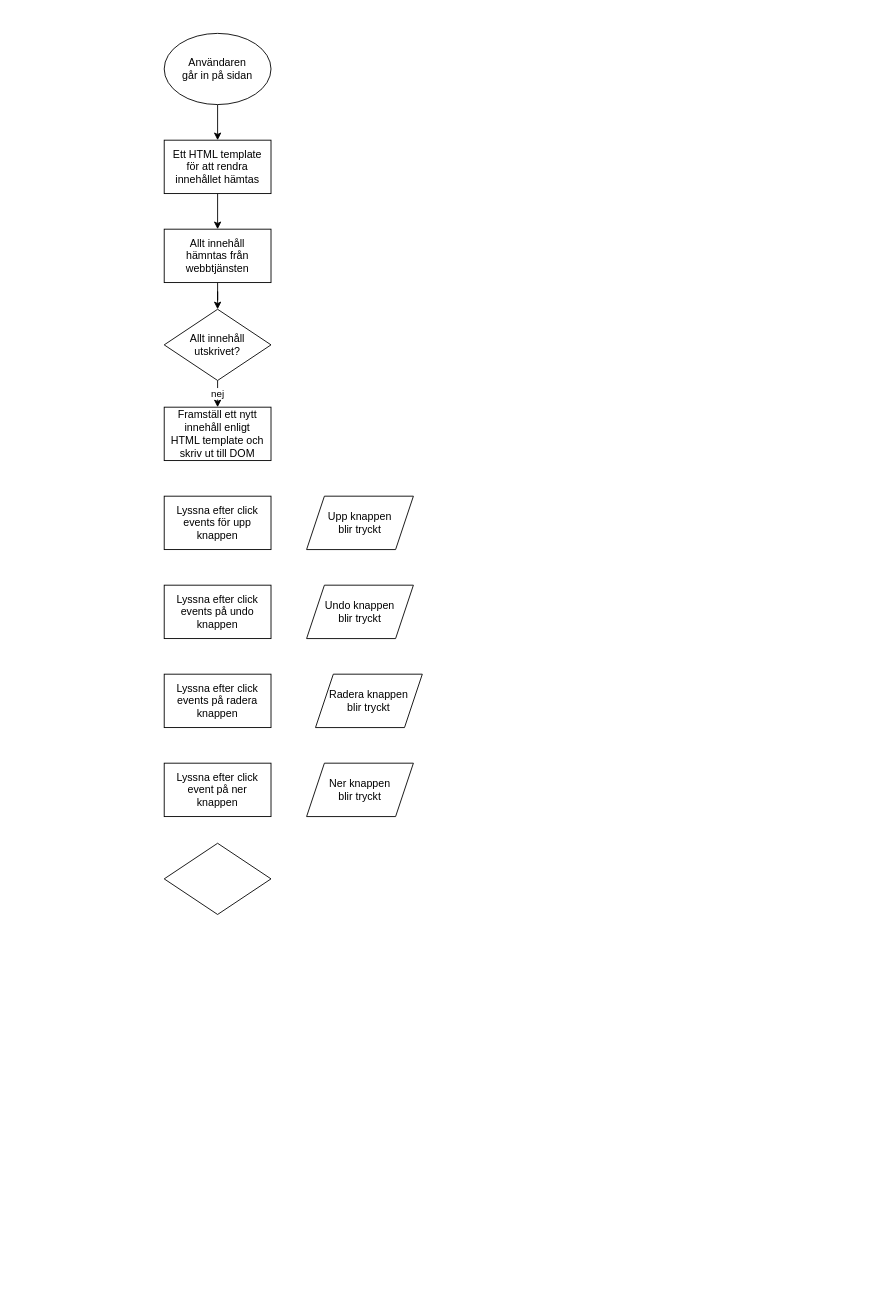
Above: webbutveckling/Webbutveckling3/Moment6/flowchart.drawio in EliasEriksson/miun (draw.io), before the change. Source tidied: cells renumbered, new cells numbered last; positions are measured from the earlier drawing's top-left corner, leaving out a move shared by most shapes. Both pictures are drawn from the tidied source at 89%, with x=0, y=0 at pixel (164, 33).
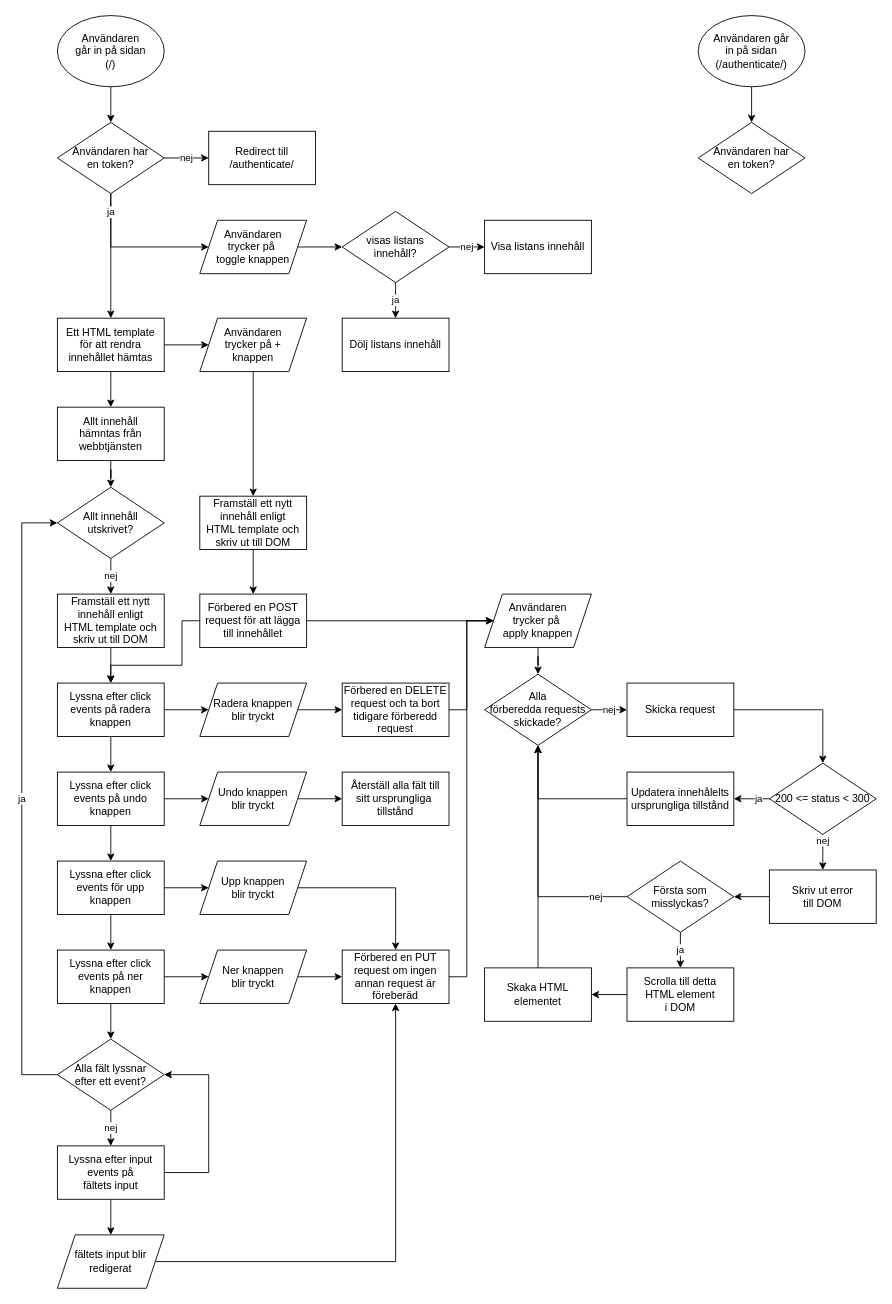
The same page after the edit.

What changed in the source:
```diff
@@
-    <mxCell id="2" style="edgeStyle=orthogonalEdgeStyle;rounded=0;jettySize=auto;html=1;" parent="1" edge="1" source="3" target="7">
+    <mxCell id="2" style="edgeStyle=orthogonalEdgeStyle;rounded=0;jettySize=auto;html=1;" parent="1" edge="1" source="83" target="7">
       <mxGeometry relative="1" as="geometry" />
     </mxCell>
+    <mxCell id="20" value="ja" style="edgeStyle=orthogonalEdgeStyle;rounded=0;jettySize=auto;html=1;" parent="1" edge="1" source="83" target="74">
+      <mxGeometry x="-0.75" relative="1" as="geometry">
+        <Array as="points">
+          <mxPoint x="-60" y="240" />
+        </Array>
+      </mxGeometry>
+    </mxCell>
+    <mxCell id="21" style="edgeStyle=orthogonalEdgeStyle;rounded=0;jettySize=auto;html=1;" parent="1" edge="1" source="3" target="83">
+      <mxGeometry relative="1" as="geometry" />
+    </mxCell>
-    <mxCell id="3" value="Användaren&lt;br&gt;går in på sidan" style="ellipse;whiteSpace=wrap;html=1;" parent="1" vertex="1">
-      <mxGeometry width="120" height="80" as="geometry" />
+    <mxCell id="3" value="Användaren&lt;br&gt;går in på sidan&lt;br&gt;(/)" style="ellipse;whiteSpace=wrap;html=1;" parent="1" vertex="1">
+      <mxGeometry x="-120" y="-20" width="120" height="80" as="geometry" />
     </mxCell>
@@
     <mxCell id="5" value="Allt innehåll &lt;br&gt;hämntas från&lt;br&gt;webbtjänsten" style="rounded=0;whiteSpace=wrap;html=1;" parent="1" vertex="1">
-      <mxGeometry y="220" width="120" height="60" as="geometry" />
+      <mxGeometry x="-120" y="420" width="120" height="60" as="geometry" />
     </mxCell>
@@
+    <mxCell id="22" style="edgeStyle=orthogonalEdgeStyle;rounded=0;jettySize=auto;html=1;" parent="1" edge="1" source="7" target="51">
+      <mxGeometry relative="1" as="geometry" />
+    </mxCell>
     <mxCell id="7" value="Ett HTML template &lt;br&gt;för att rendra innehållet hämtas" style="rounded=0;whiteSpace=wrap;html=1;" parent="1" vertex="1">
-      <mxGeometry y="120" width="120" height="60" as="geometry" />
+      <mxGeometry x="-120" y="320" width="120" height="60" as="geometry" />
     </mxCell>
+    <mxCell id="23" style="edgeStyle=orthogonalEdgeStyle;rounded=0;jettySize=auto;html=1;" parent="1" edge="1" source="8" target="44">
+      <mxGeometry relative="1" as="geometry" />
+    </mxCell>
     <mxCell id="8" value="Upp knappen &lt;br&gt;blir tryckt" style="shape=parallelogram;perimeter=parallelogramPerimeter;whiteSpace=wrap;html=1;fixedSize=1;" parent="1" vertex="1">
-      <mxGeometry x="160" y="520" width="120" height="60" as="geometry" />
+      <mxGeometry x="40" y="930" width="120" height="60" as="geometry" />
     </mxCell>
+    <mxCell id="24" style="edgeStyle=orthogonalEdgeStyle;rounded=0;jettySize=auto;html=1;" parent="1" edge="1" source="9" target="45">
+      <mxGeometry relative="1" as="geometry" />
+    </mxCell>
     <mxCell id="9" value="Undo knappen &lt;br&gt;blir tryckt" style="shape=parallelogram;perimeter=parallelogramPerimeter;whiteSpace=wrap;html=1;fixedSize=1;" parent="1" vertex="1">
-      <mxGeometry x="160" y="620" width="120" height="60" as="geometry" />
+      <mxGeometry x="40" y="830" width="120" height="60" as="geometry" />
     </mxCell>
+    <mxCell id="25" style="edgeStyle=orthogonalEdgeStyle;rounded=0;jettySize=auto;html=1;" parent="1" edge="1" source="10" target="47">
+      <mxGeometry relative="1" as="geometry" />
+    </mxCell>
     <mxCell id="10" value="Radera knappen&lt;br&gt;blir tryckt" style="shape=parallelogram;perimeter=parallelogramPerimeter;whiteSpace=wrap;html=1;fixedSize=1;" parent="1" vertex="1">
-      <mxGeometry x="170" y="720" width="120" height="60" as="geometry" />
+      <mxGeometry x="40" y="730" width="120" height="60" as="geometry" />
     </mxCell>
+    <mxCell id="26" style="edgeStyle=orthogonalEdgeStyle;rounded=0;jettySize=auto;html=1;" parent="1" edge="1" source="11" target="44">
+      <mxGeometry relative="1" as="geometry" />
+    </mxCell>
     <mxCell id="11" value="Ner knappen &lt;br&gt;blir tryckt" style="shape=parallelogram;perimeter=parallelogramPerimeter;whiteSpace=wrap;html=1;fixedSize=1;" parent="1" vertex="1">
-      <mxGeometry x="160" y="820" width="120" height="60" as="geometry" />
+      <mxGeometry x="40" y="1030" width="120" height="60" as="geometry" />
     </mxCell>
@@
     <mxCell id="13" value="Allt innehåll &lt;br&gt;utskrivet?" style="rhombus;whiteSpace=wrap;html=1;" parent="1" vertex="1">
-      <mxGeometry y="310" width="120" height="80" as="geometry" />
+      <mxGeometry x="-120" y="510" width="120" height="80" as="geometry" />
     </mxCell>
+    <mxCell id="27" style="edgeStyle=orthogonalEdgeStyle;rounded=0;jettySize=auto;html=1;" parent="1" edge="1" source="14" target="17">
+      <mxGeometry relative="1" as="geometry" />
+    </mxCell>
     <mxCell id="14" value="Framställ ett nytt innehåll enligt&lt;br&gt;HTML template och skriv ut till DOM" style="rounded=0;whiteSpace=wrap;html=1;" parent="1" vertex="1">
-      <mxGeometry y="420" width="120" height="60" as="geometry" />
+      <mxGeometry x="-120" y="630" width="120" height="60" as="geometry" />
     </mxCell>
+    <mxCell id="28" style="edgeStyle=orthogonalEdgeStyle;rounded=0;jettySize=auto;html=1;" parent="1" edge="1" source="17" target="16">
+      <mxGeometry relative="1" as="geometry" />
+    </mxCell>
+    <mxCell id="29" style="edgeStyle=orthogonalEdgeStyle;rounded=0;jettySize=auto;html=1;" parent="1" edge="1" source="15" target="8">
+      <mxGeometry relative="1" as="geometry" />
+    </mxCell>
+    <mxCell id="30" style="edgeStyle=orthogonalEdgeStyle;rounded=0;jettySize=auto;html=1;" parent="1" edge="1" source="16" target="15">
+      <mxGeometry relative="1" as="geometry" />
+    </mxCell>
+    <mxCell id="31" style="edgeStyle=orthogonalEdgeStyle;rounded=0;jettySize=auto;html=1;" parent="1" edge="1" source="16" target="9">
+      <mxGeometry relative="1" as="geometry" />
+    </mxCell>
+    <mxCell id="16" value="Lyssna efter click events på undo knappen" style="rounded=0;whiteSpace=wrap;html=1;" parent="1" vertex="1">
+      <mxGeometry x="-120" y="830" width="120" height="60" as="geometry" />
+    </mxCell>
+    <mxCell id="32" style="edgeStyle=orthogonalEdgeStyle;rounded=0;jettySize=auto;html=1;" parent="1" edge="1" source="15" target="18">
+      <mxGeometry relative="1" as="geometry" />
+    </mxCell>
+    <mxCell id="33" style="edgeStyle=orthogonalEdgeStyle;rounded=0;jettySize=auto;html=1;" parent="1" edge="1" source="17" target="10">
+      <mxGeometry relative="1" as="geometry" />
+    </mxCell>
+    <mxCell id="34" style="edgeStyle=orthogonalEdgeStyle;rounded=0;jettySize=auto;html=1;" parent="1" edge="1" source="18" target="19">
+      <mxGeometry relative="1" as="geometry" />
+    </mxCell>
+    <mxCell id="35" style="edgeStyle=orthogonalEdgeStyle;rounded=0;jettySize=auto;html=1;" parent="1" edge="1" source="18" target="11">
+      <mxGeometry relative="1" as="geometry" />
+    </mxCell>
+    <mxCell id="18" value="Lyssna efter click events på ner &lt;br&gt;knappen" style="rounded=0;whiteSpace=wrap;html=1;" parent="1" vertex="1">
+      <mxGeometry x="-120" y="1030" width="120" height="60" as="geometry" />
+    </mxCell>
+    <mxCell id="36" value="nej" style="edgeStyle=orthogonalEdgeStyle;rounded=0;jettySize=auto;html=1;" parent="1" edge="1" source="19" target="40">
+      <mxGeometry relative="1" as="geometry" />
+    </mxCell>
+    <mxCell id="37" value="ja" style="edgeStyle=orthogonalEdgeStyle;rounded=0;jettySize=auto;html=1;" parent="1" edge="1" source="19" target="13">
+      <mxGeometry relative="1" as="geometry">
+        <Array as="points">
+          <mxPoint x="-160" y="1170" />
+          <mxPoint x="-160" y="550" />
+        </Array>
+      </mxGeometry>
+    </mxCell>
+    <mxCell id="19" value="Alla fält lyssnar&lt;br&gt;efter ett event?" style="rhombus;whiteSpace=wrap;html=1;" parent="1" vertex="1">
+      <mxGeometry x="-120" y="1130" width="120" height="80" as="geometry" />
+    </mxCell>
+    <mxCell id="38" style="edgeStyle=orthogonalEdgeStyle;rounded=0;jettySize=auto;html=1;" parent="1" edge="1" source="40" target="19">
+      <mxGeometry relative="1" as="geometry">
+        <Array as="points">
+          <mxPoint x="50" y="1280" />
+          <mxPoint x="50" y="1170" />
+        </Array>
+      </mxGeometry>
+    </mxCell>
+    <mxCell id="39" style="edgeStyle=orthogonalEdgeStyle;rounded=0;jettySize=auto;html=1;" parent="1" edge="1" source="40" target="42">
+      <mxGeometry relative="1" as="geometry" />
+    </mxCell>
+    <mxCell id="40" value="Lyssna efter input events på&lt;br&gt;fältets input" style="rounded=0;whiteSpace=wrap;html=1;" parent="1" vertex="1">
+      <mxGeometry x="-120" y="1250" width="120" height="60" as="geometry" />
+    </mxCell>
+    <mxCell id="41" style="edgeStyle=orthogonalEdgeStyle;rounded=0;jettySize=auto;html=1;" parent="1" edge="1" source="42" target="44">
+      <mxGeometry relative="1" as="geometry" />
+    </mxCell>
+    <mxCell id="42" value="fältets input blir&lt;br&gt;redigerat" style="shape=parallelogram;perimeter=parallelogramPerimeter;whiteSpace=wrap;html=1;fixedSize=1;" parent="1" vertex="1">
+      <mxGeometry x="-120" y="1350" width="120" height="60" as="geometry" />
+    </mxCell>
+    <mxCell id="43" style="edgeStyle=orthogonalEdgeStyle;rounded=0;jettySize=auto;html=1;" parent="1" edge="1" source="44" target="56">
+      <mxGeometry relative="1" as="geometry">
+        <Array as="points">
+          <mxPoint x="340" y="1060" />
+          <mxPoint x="340" y="660" />
+        </Array>
+      </mxGeometry>
+    </mxCell>
+    <mxCell id="44" value="Förbered en PUT request om ingen annan request är föreberäd" style="rounded=0;whiteSpace=wrap;html=1;" parent="1" vertex="1">
+      <mxGeometry x="200" y="1030" width="120" height="60" as="geometry" />
+    </mxCell>
     <mxCell id="15" value="Lyssna efter click events för upp knappen" style="rounded=0;whiteSpace=wrap;html=1;" parent="1" vertex="1">
-      <mxGeometry y="520" width="120" height="60" as="geometry" />
+      <mxGeometry x="-120" y="930" width="120" height="60" as="geometry" />
     </mxCell>
-    <mxCell id="16" value="Lyssna efter click events på undo knappen" style="rounded=0;whiteSpace=wrap;html=1;" parent="1" vertex="1">
-      <mxGeometry y="620" width="120" height="60" as="geometry" />
-    </mxCell>
     <mxCell id="17" value="Lyssna efter click events på radera knappen" style="rounded=0;whiteSpace=wrap;html=1;" parent="1" vertex="1">
-      <mxGeometry y="720" width="120" height="60" as="geometry" />
+      <mxGeometry x="-120" y="730" width="120" height="60" as="geometry" />
     </mxCell>
-    <mxCell id="18" value="Lyssna efter click event på ner &lt;br&gt;knappen" style="rounded=0;whiteSpace=wrap;html=1;" parent="1" vertex="1">
-      <mxGeometry y="820" width="120" height="60" as="geometry" />
-    </mxCell>
-    <mxCell id="19" style="rhombus;whiteSpace=wrap;html=1;" parent="1" vertex="1">
-      <mxGeometry y="910" width="120" height="80" as="geometry" />
-    </mxCell>
+    <mxCell id="45" value="Återställ alla fält till&lt;br&gt;sitt ursprungliga&amp;nbsp;&lt;br&gt;tillstånd" style="rounded=0;whiteSpace=wrap;html=1;" parent="1" vertex="1">
+      <mxGeometry x="200" y="830" width="120" height="60" as="geometry" />
+    </mxCell>
+    <mxCell id="46" style="edgeStyle=orthogonalEdgeStyle;rounded=0;jettySize=auto;html=1;" parent="1" edge="1" source="47" target="56">
+      <mxGeometry relative="1" as="geometry">
+        <Array as="points">
+          <mxPoint x="340" y="760" />
+          <mxPoint x="340" y="660" />
+        </Array>
+      </mxGeometry>
+    </mxCell>
+    <mxCell id="47" value="Förbered en DELETE&lt;br&gt;request och ta bort tidigare förberedd request" style="rounded=0;whiteSpace=wrap;html=1;" parent="1" vertex="1">
+      <mxGeometry x="200" y="730" width="120" height="60" as="geometry" />
+    </mxCell>
+    <mxCell id="48" style="edgeStyle=orthogonalEdgeStyle;rounded=0;jettySize=auto;html=1;" parent="1" edge="1" source="49" target="56">
+      <mxGeometry relative="1" as="geometry" />
+    </mxCell>
+    <mxCell id="49" value="Förbered en POST&lt;br&gt;request för att lägga&lt;br&gt;till innehållet" style="rounded=0;whiteSpace=wrap;html=1;" parent="1" vertex="1">
+      <mxGeometry x="40" y="630" width="120" height="60" as="geometry" />
+    </mxCell>
+    <mxCell id="50" style="edgeStyle=orthogonalEdgeStyle;rounded=0;jettySize=auto;html=1;" parent="1" edge="1" source="51" target="54">
+      <mxGeometry relative="1" as="geometry" />
+    </mxCell>
+    <mxCell id="51" value="Användaren&lt;br&gt;trycker på +&lt;br&gt;knappen" style="shape=parallelogram;perimeter=parallelogramPerimeter;whiteSpace=wrap;html=1;fixedSize=1;" parent="1" vertex="1">
+      <mxGeometry x="40" y="320" width="120" height="60" as="geometry" />
+    </mxCell>
+    <mxCell id="52" style="edgeStyle=orthogonalEdgeStyle;rounded=0;jettySize=auto;html=1;" parent="1" edge="1" source="54" target="49">
+      <mxGeometry relative="1" as="geometry" />
+    </mxCell>
+    <mxCell id="53" style="edgeStyle=orthogonalEdgeStyle;rounded=0;jettySize=auto;html=1;" parent="1" edge="1" source="49" target="17">
+      <mxGeometry relative="1" as="geometry">
+        <Array as="points">
+          <mxPoint x="20" y="660" />
+          <mxPoint x="20" y="710" />
+          <mxPoint x="-60" y="710" />
+        </Array>
+      </mxGeometry>
+    </mxCell>
+    <mxCell id="54" value="Framställ ett nytt innehåll enligt &lt;br&gt;HTML template och skriv ut till DOM" style="rounded=0;whiteSpace=wrap;html=1;" parent="1" vertex="1">
+      <mxGeometry x="40" y="520" width="120" height="60" as="geometry" />
+    </mxCell>
+    <mxCell id="55" style="edgeStyle=orthogonalEdgeStyle;rounded=0;jettySize=auto;html=1;" parent="1" edge="1" source="56" target="58">
+      <mxGeometry relative="1" as="geometry" />
+    </mxCell>
+    <mxCell id="56" value="Användaren&lt;br&gt;trycker på&amp;nbsp;&lt;br&gt;apply knappen" style="shape=parallelogram;perimeter=parallelogramPerimeter;whiteSpace=wrap;html=1;fixedSize=1;" parent="1" vertex="1">
+      <mxGeometry x="360" y="630" width="120" height="60" as="geometry" />
+    </mxCell>
+    <mxCell id="57" value="nej" style="edgeStyle=orthogonalEdgeStyle;rounded=0;jettySize=auto;html=1;" parent="1" edge="1" source="58" target="60">
+      <mxGeometry relative="1" as="geometry" />
+    </mxCell>
+    <mxCell id="58" value="Alla &lt;br&gt;förberedda requests &lt;br&gt;skickade?" style="rhombus;whiteSpace=wrap;html=1;" parent="1" vertex="1">
+      <mxGeometry x="360" y="720" width="120" height="80" as="geometry" />
+    </mxCell>
+    <mxCell id="59" style="edgeStyle=orthogonalEdgeStyle;rounded=0;jettySize=auto;html=1;" parent="1" edge="1" source="60" target="63">
+      <mxGeometry relative="1" as="geometry" />
+    </mxCell>
+    <mxCell id="60" value="Skicka request" style="rounded=0;whiteSpace=wrap;html=1;" parent="1" vertex="1">
+      <mxGeometry x="520" y="730" width="120" height="60" as="geometry" />
+    </mxCell>
+    <mxCell id="61" value="nej" style="edgeStyle=orthogonalEdgeStyle;rounded=0;jettySize=auto;html=1;" parent="1" edge="1" source="63" target="70">
+      <mxGeometry x="-0.65" relative="1" as="geometry">
+        <Array as="points">
+          <mxPoint x="740" y="970" />
+        </Array>
+      </mxGeometry>
+    </mxCell>
+    <mxCell id="62" value="ja" style="edgeStyle=orthogonalEdgeStyle;rounded=0;jettySize=auto;html=1;" parent="1" edge="1" source="63" target="81">
+      <mxGeometry x="-0.38" relative="1" as="geometry" />
+    </mxCell>
+    <mxCell id="63" value="200 &amp;lt;= status &amp;lt; 300" style="rhombus;whiteSpace=wrap;html=1;" parent="1" vertex="1">
+      <mxGeometry x="680" y="820" width="120" height="80" as="geometry" />
+    </mxCell>
+    <mxCell id="64" value="ja" style="edgeStyle=orthogonalEdgeStyle;rounded=0;jettySize=auto;html=1;" parent="1" edge="1" source="66" target="68">
+      <mxGeometry relative="1" as="geometry" />
+    </mxCell>
+    <mxCell id="65" value="nej" style="edgeStyle=orthogonalEdgeStyle;rounded=0;jettySize=auto;html=1;" parent="1" edge="1" source="66" target="58">
+      <mxGeometry x="-0.74" relative="1" as="geometry">
+        <Array as="points">
+          <mxPoint x="420" y="970" />
+        </Array>
+      </mxGeometry>
+    </mxCell>
+    <mxCell id="66" value="Första som&lt;br&gt;misslyckas?" style="rhombus;whiteSpace=wrap;html=1;" parent="1" vertex="1">
+      <mxGeometry x="520" y="930" width="120" height="80" as="geometry" />
+    </mxCell>
+    <mxCell id="67" style="edgeStyle=orthogonalEdgeStyle;rounded=0;jettySize=auto;html=1;" parent="1" edge="1" source="68" target="72">
+      <mxGeometry relative="1" as="geometry" />
+    </mxCell>
+    <mxCell id="68" value="Scrolla till detta &lt;br&gt;HTML element&lt;br&gt;i DOM" style="rounded=0;whiteSpace=wrap;html=1;" parent="1" vertex="1">
+      <mxGeometry x="520" y="1050" width="120" height="60" as="geometry" />
+    </mxCell>
+    <mxCell id="69" style="edgeStyle=orthogonalEdgeStyle;rounded=0;jettySize=auto;html=1;" parent="1" edge="1" source="70" target="66">
+      <mxGeometry relative="1" as="geometry" />
+    </mxCell>
+    <mxCell id="70" value="Skriv ut error&lt;br&gt;till DOM" style="rounded=0;whiteSpace=wrap;html=1;" parent="1" vertex="1">
+      <mxGeometry x="680" y="940" width="120" height="60" as="geometry" />
+    </mxCell>
+    <mxCell id="71" style="edgeStyle=orthogonalEdgeStyle;rounded=0;jettySize=auto;html=1;" parent="1" edge="1" source="72" target="58">
+      <mxGeometry relative="1" as="geometry" />
+    </mxCell>
+    <mxCell id="72" value="Skaka HTML&lt;br&gt;elementet" style="rounded=0;whiteSpace=wrap;html=1;" parent="1" vertex="1">
+      <mxGeometry x="360" y="1050" width="120" height="60" as="geometry" />
+    </mxCell>
+    <mxCell id="73" style="edgeStyle=orthogonalEdgeStyle;rounded=0;jettySize=auto;html=1;" parent="1" edge="1" source="74" target="77">
+      <mxGeometry relative="1" as="geometry" />
+    </mxCell>
+    <mxCell id="74" value="Användaren&lt;br&gt;trycker på&amp;nbsp;&lt;br&gt;toggle knappen" style="shape=parallelogram;perimeter=parallelogramPerimeter;whiteSpace=wrap;html=1;fixedSize=1;" parent="1" vertex="1">
+      <mxGeometry x="40" y="210" width="120" height="60" as="geometry" />
+    </mxCell>
+    <mxCell id="75" value="nej" style="edgeStyle=orthogonalEdgeStyle;rounded=0;jettySize=auto;html=1;" parent="1" edge="1" source="77" target="79">
+      <mxGeometry relative="1" as="geometry" />
+    </mxCell>
+    <mxCell id="76" value="ja" style="edgeStyle=orthogonalEdgeStyle;rounded=0;jettySize=auto;html=1;" parent="1" edge="1" source="77" target="78">
+      <mxGeometry relative="1" as="geometry" />
+    </mxCell>
+    <mxCell id="77" value="visas listans&lt;br&gt;innehåll?" style="rhombus;whiteSpace=wrap;html=1;" parent="1" vertex="1">
+      <mxGeometry x="200" y="200" width="120" height="80" as="geometry" />
+    </mxCell>
+    <mxCell id="78" value="Dölj listans innehåll" style="rounded=0;whiteSpace=wrap;html=1;" parent="1" vertex="1">
+      <mxGeometry x="200" y="320" width="120" height="60" as="geometry" />
+    </mxCell>
+    <mxCell id="79" value="Visa listans innehåll" style="rounded=0;whiteSpace=wrap;html=1;" parent="1" vertex="1">
+      <mxGeometry x="360" y="210" width="120" height="60" as="geometry" />
+    </mxCell>
+    <mxCell id="80" style="edgeStyle=orthogonalEdgeStyle;rounded=0;jettySize=auto;html=1;" parent="1" edge="1" source="81" target="58">
+      <mxGeometry relative="1" as="geometry" />
+    </mxCell>
+    <mxCell id="81" value="Updatera innehålelts ursprungliga tillstånd" style="rounded=0;whiteSpace=wrap;html=1;" parent="1" vertex="1">
+      <mxGeometry x="520" y="830" width="120" height="60" as="geometry" />
+    </mxCell>
+    <mxCell id="82" value="nej" style="edgeStyle=orthogonalEdgeStyle;rounded=0;jettySize=auto;html=1;" parent="1" edge="1" source="83" target="84">
+      <mxGeometry relative="1" as="geometry" />
+    </mxCell>
+    <mxCell id="83" value="Användaren har&lt;br&gt;en token?" style="rhombus;whiteSpace=wrap;html=1;" parent="1" vertex="1">
+      <mxGeometry x="-120" y="100" width="120" height="80" as="geometry" />
+    </mxCell>
+    <mxCell id="84" value="Redirect till /authenticate/" style="rounded=0;whiteSpace=wrap;html=1;" parent="1" vertex="1">
+      <mxGeometry x="50" y="110" width="120" height="60" as="geometry" />
+    </mxCell>
+    <mxCell id="85" style="edgeStyle=orthogonalEdgeStyle;rounded=0;jettySize=auto;html=1;" parent="1" edge="1" source="86" target="87">
+      <mxGeometry relative="1" as="geometry" />
+    </mxCell>
+    <mxCell id="86" value="Användaren går&lt;br&gt;in på sidan&lt;br&gt;(/authenticate/)" style="ellipse;whiteSpace=wrap;html=1;" parent="1" vertex="1">
+      <mxGeometry x="600" y="-20" width="120" height="80" as="geometry" />
+    </mxCell>
+    <mxCell id="87" value="Användaren har&lt;br&gt;en token?" style="rhombus;whiteSpace=wrap;html=1;" parent="1" vertex="1">
+      <mxGeometry x="600" y="100" width="120" height="80" as="geometry" />
+    </mxCell>
```
